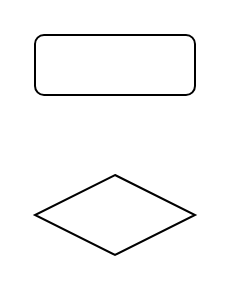
Before: Диаграмма без названия.drawio in kutjasmoroshkoj/Drw, a draw.io diagram. Source tidied: cells renumbered, new cells numbered last; positions are measured from the earlier drawing's top-left corner, leaving out a move shared by most shapes. Both pictures are drawn from the tidied source at 200%, with x=0, y=0 at pixel (34, 34).
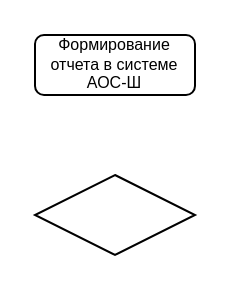
Above is the later version.

Diff of the diagram source:
```diff
@@
 <mxGraphModel>
   <root>
     <mxCell id="0" />
     <mxCell id="1" parent="0" />
     <mxCell id="2" style="rhombus;whiteSpace=wrap;html=1;" parent="1" vertex="1">
       <mxGeometry y="70" width="80" height="40" as="geometry" />
     </mxCell>
-    <mxCell id="3" style="rounded=1;whiteSpace=wrap;html=1;" parent="1" vertex="1">
+    <mxCell id="3" value="Формирование отчета в системе АОС-Ш" style="rounded=1;html=1;whiteSpace=wrap;fontSize=8;" parent="1" vertex="1">
       <mxGeometry width="80" height="30" as="geometry" />
     </mxCell>
   </root>
 </mxGraphModel>
```
